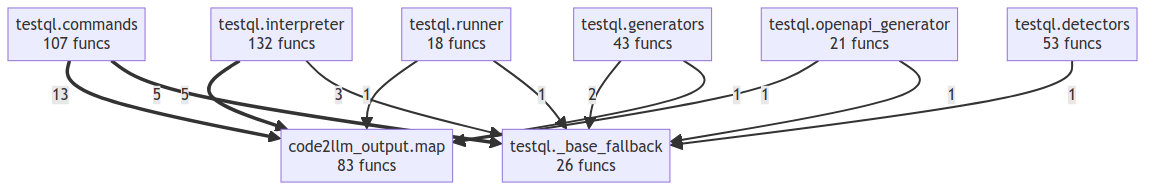
Above: project/compact_flow.png in oqlos/testql (Mermaid), before the change. Its source is kept beside it as project/compact_flow.mmd.
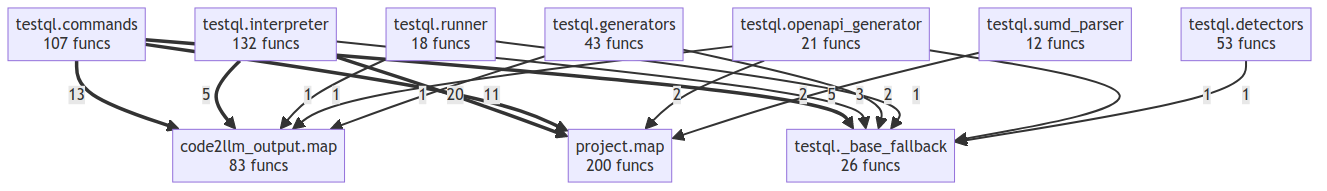
Above is the later version.

Change to the diagram source:
```diff
@@ -1,5 +1,6 @@
 flowchart TD
     code2llm_output__map["code2llm_output.map<br/>83 funcs"]
+    project__map["project.map<br/>200 funcs"]
     testql___base_fallback["testql._base_fallback<br/>26 funcs"]
     testql__commands["testql.commands<br/>107 funcs"]
     testql__detectors["testql.detectors<br/>53 funcs"]
@@ -7,10 +8,15 @@
     testql__interpreter["testql.interpreter<br/>132 funcs"]
     testql__openapi_generator["testql.openapi_generator<br/>21 funcs"]
     testql__runner["testql.runner<br/>18 funcs"]
+    testql__sumd_parser["testql.sumd_parser<br/>12 funcs"]
+    testql__interpreter ==>|20| project__map
     testql__commands ==>|13| code2llm_output__map
+    testql__commands ==>|11| project__map
     testql__commands ==>|5| testql___base_fallback
     testql__interpreter ==>|5| code2llm_output__map
     testql__interpreter -->|3| testql___base_fallback
+    testql__openapi_generator -->|2| project__map
+    testql__sumd_parser -->|2| project__map
     testql__generators -->|2| testql___base_fallback
     testql__runner -->|1| code2llm_output__map
     testql__runner -->|1| testql___base_fallback
```
